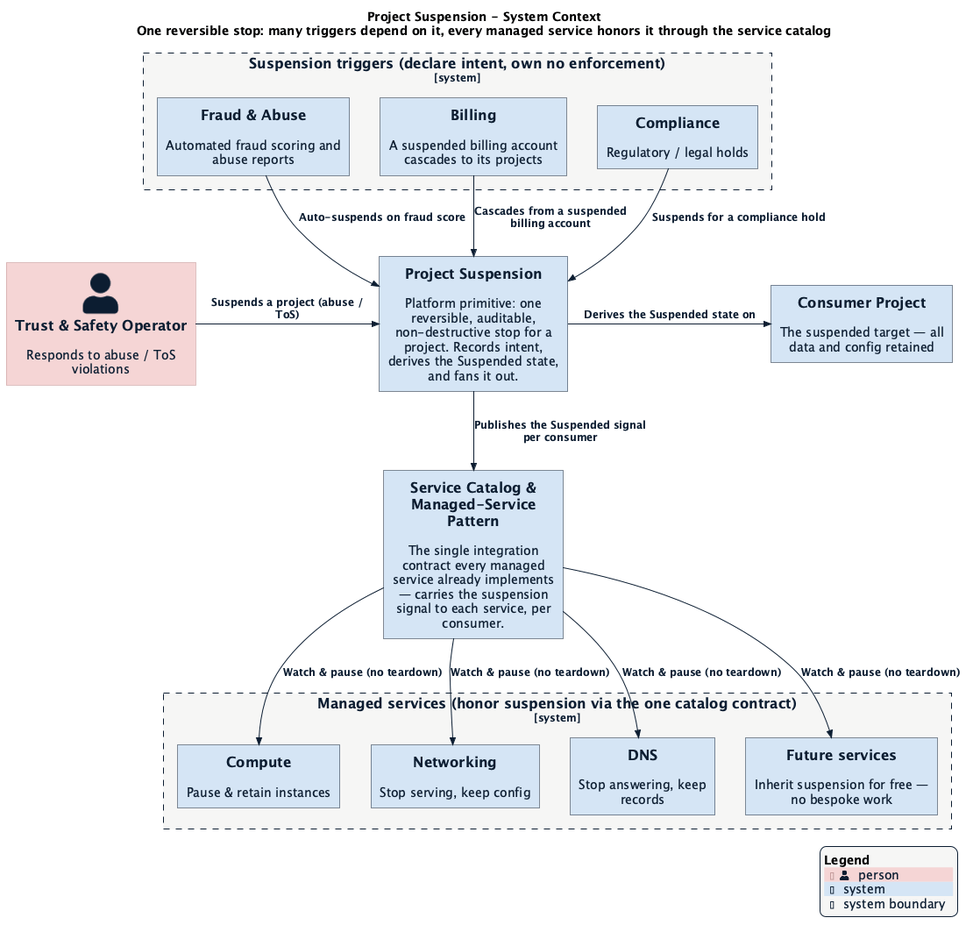
datum-cloud/enhancements keeps this PlantUML diagram as enhancements/platform/project-suspension/context.png. Above is the earlier version.
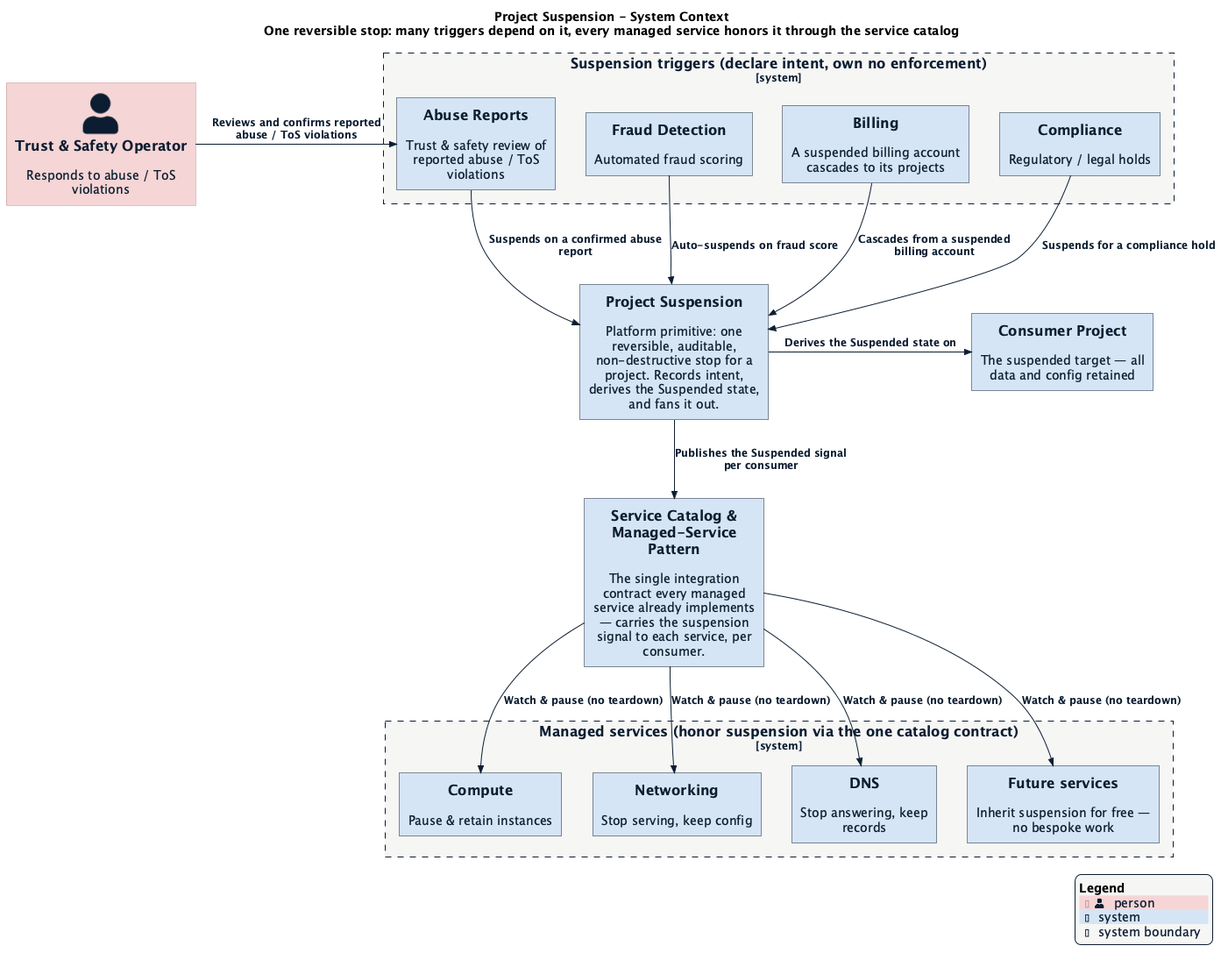
Above is the later version.

Commit message:
docs(project-suspension): split fraud and abuse into separate triggers

Per review feedback on PR #821, fraud (automated scoring) and abuse
(human-reviewed reports) are related but distinct signals. Split the
context diagram into two trigger boxes and add a Fraud reason category
alongside Abuse, so an auto-suspend from a fraud score and an
operator-confirmed abuse suspension can be tracked and reinstated
independently.

Claude-Session: https://claude.ai/code/session_019r9aa6Es7kqvbmBmpX8WyP

Diff of the diagram source:
```diff
@@ -8,7 +8,8 @@
 Person(operator, "Trust & Safety Operator", "Responds to abuse / ToS violations")
 
 System_Boundary(triggers, "Suspension triggers (declare intent, own no enforcement)") {
-    System(fraud, "Fraud & Abuse", "Automated fraud scoring and abuse reports")
+    System(fraud, "Fraud Detection", "Automated fraud scoring")
+    System(abuse, "Abuse Reports", "Trust & safety review of reported abuse / ToS violations")
     System(billing, "Billing", "A suspended billing account cascades to its projects")
     System(compliance, "Compliance", "Regulatory / legal holds")
 }
@@ -26,9 +27,10 @@
 
 System(project, "Consumer Project", "The suspended target — all data and config retained")
 
-Rel_R(operator, suspension, "Suspends a project (abuse / ToS)")
+Rel_R(operator, abuse, "Reviews and confirms reported abuse / ToS violations")
 
 Rel(fraud, suspension, "Auto-suspends on fraud score")
+Rel(abuse, suspension, "Suspends on a confirmed abuse report")
 Rel(billing, suspension, "Cascades from a suspended billing account")
 Rel(compliance, suspension, "Suspends for a compliance hold")
 
```
